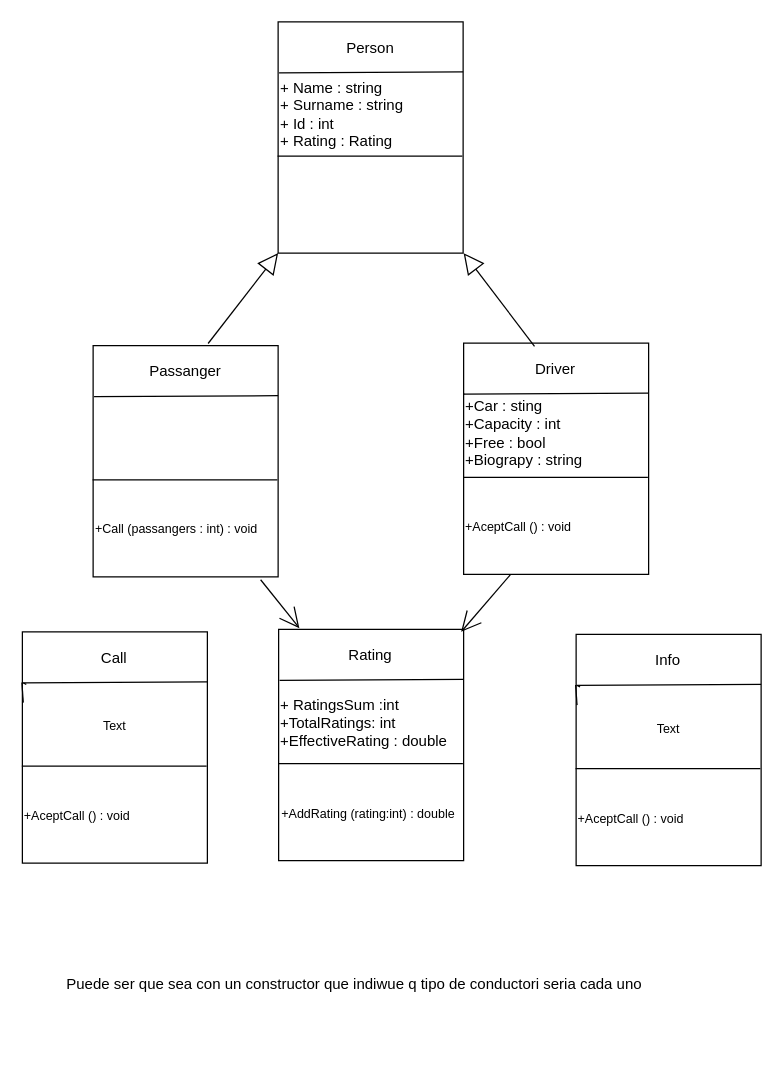
bugarin03/PII_TwitterApi keeps this draw.io diagram as DiagramasUml.drawio. Above is the earlier version. Source tidied: cells renumbered, new cells numbered last; positions are measured from the earlier drawing's top-left corner, leaving out a move shared by most shapes. Both pictures are drawn from the tidied source at 125%, with x=0, y=0 at pixel (21, 21).
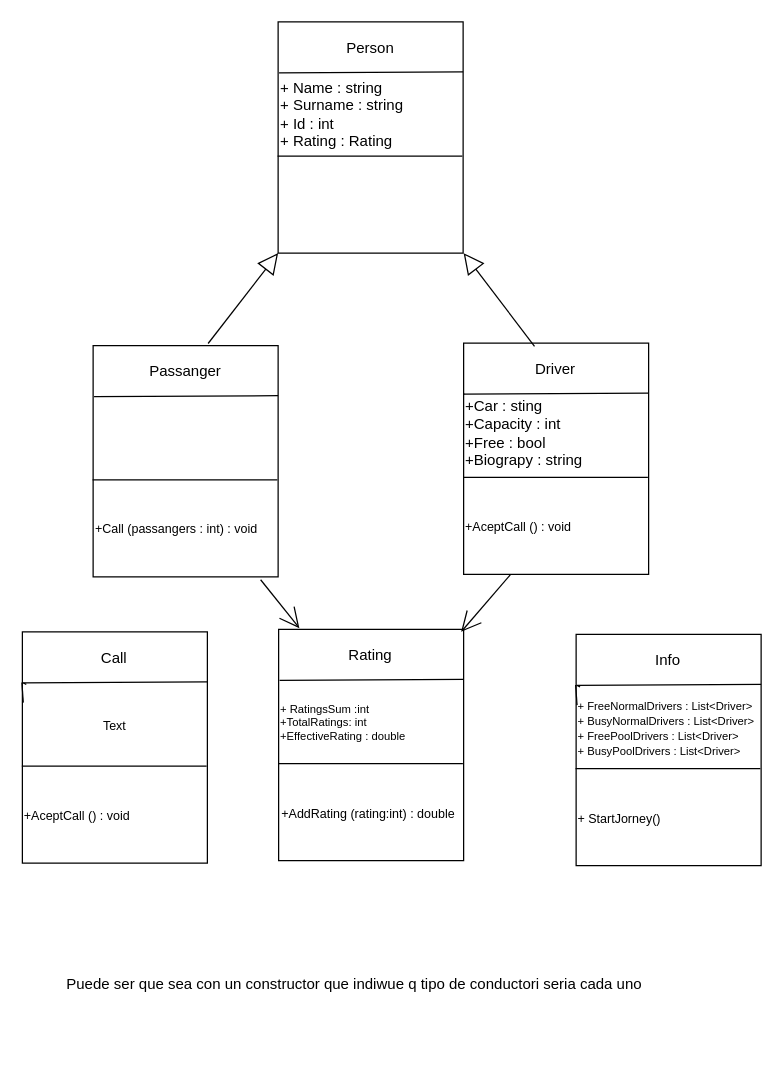
After the change.

Change to the diagram source:
```diff
@@
-    <mxCell id="27" value="&lt;div style=&quot;&quot;&gt;+ RatingsSum :int&lt;/div&gt;&lt;div style=&quot;&quot;&gt;+TotalRatings: int&amp;nbsp;&lt;/div&gt;&lt;div style=&quot;&quot;&gt;+EffectiveRating : double&lt;/div&gt;" style="text;html=1;strokeColor=none;fillColor=none;align=left;verticalAlign=middle;whiteSpace=wrap;rounded=0;" parent="1" vertex="1">
+    <mxCell id="27" value="&lt;div style=&quot;font-size: 9px&quot;&gt;&lt;font style=&quot;font-size: 9px&quot;&gt;+ RatingsSum :int&lt;/font&gt;&lt;/div&gt;&lt;div style=&quot;font-size: 9px&quot;&gt;&lt;font style=&quot;font-size: 9px&quot;&gt;+TotalRatings: int&amp;nbsp;&lt;/font&gt;&lt;/div&gt;&lt;div style=&quot;font-size: 9px&quot;&gt;&lt;font style=&quot;font-size: 9px&quot;&gt;+EffectiveRating : double&lt;/font&gt;&lt;/div&gt;" style="text;html=1;strokeColor=none;fillColor=none;align=left;verticalAlign=middle;whiteSpace=wrap;rounded=0;" parent="1" vertex="1">
       <mxGeometry x="205" y="528" width="150" height="65" as="geometry" />
     </mxCell>
@@
-    <mxCell id="35" value="&lt;div style=&quot;&quot;&gt;&lt;font style=&quot;font-size: 10px;&quot;&gt;+AceptCall () : void&amp;nbsp;&lt;/font&gt;&lt;/div&gt;" style="text;html=1;strokeColor=none;fillColor=none;align=left;verticalAlign=middle;whiteSpace=wrap;rounded=0;" parent="1" vertex="1">
+    <mxCell id="35" value="&lt;span style=&quot;font-size: 10px&quot;&gt;+ StartJorney()&lt;/span&gt;" style="text;html=1;strokeColor=none;fillColor=none;align=left;verticalAlign=middle;whiteSpace=wrap;rounded=0;" parent="1" vertex="1">
       <mxGeometry x="443" y="599" width="148.4" height="76" as="geometry" />
     </mxCell>
-    <mxCell id="36" value="Text" style="text;html=1;strokeColor=none;fillColor=none;align=center;verticalAlign=middle;whiteSpace=wrap;rounded=0;fontSize=10;" parent="1" vertex="1">
+    <mxCell id="36" value="&lt;font style=&quot;font-size: 9px&quot;&gt;+ FreeNormalDrivers : List&amp;lt;Driver&amp;gt;&lt;br&gt;+ BusyNormalDrivers : List&amp;lt;Driver&amp;gt;&lt;br&gt;+ FreePoolDrivers : List&amp;lt;Driver&amp;gt;&lt;br&gt;+ BusyPoolDrivers : List&amp;lt;Driver&amp;gt;&lt;br&gt;&lt;/font&gt;" style="text;html=1;strokeColor=none;fillColor=none;align=left;verticalAlign=middle;whiteSpace=wrap;rounded=0;fontSize=10;" parent="1" vertex="1">
       <mxGeometry x="443.4" y="532" width="148.6" height="66" as="geometry" />
     </mxCell>
```
